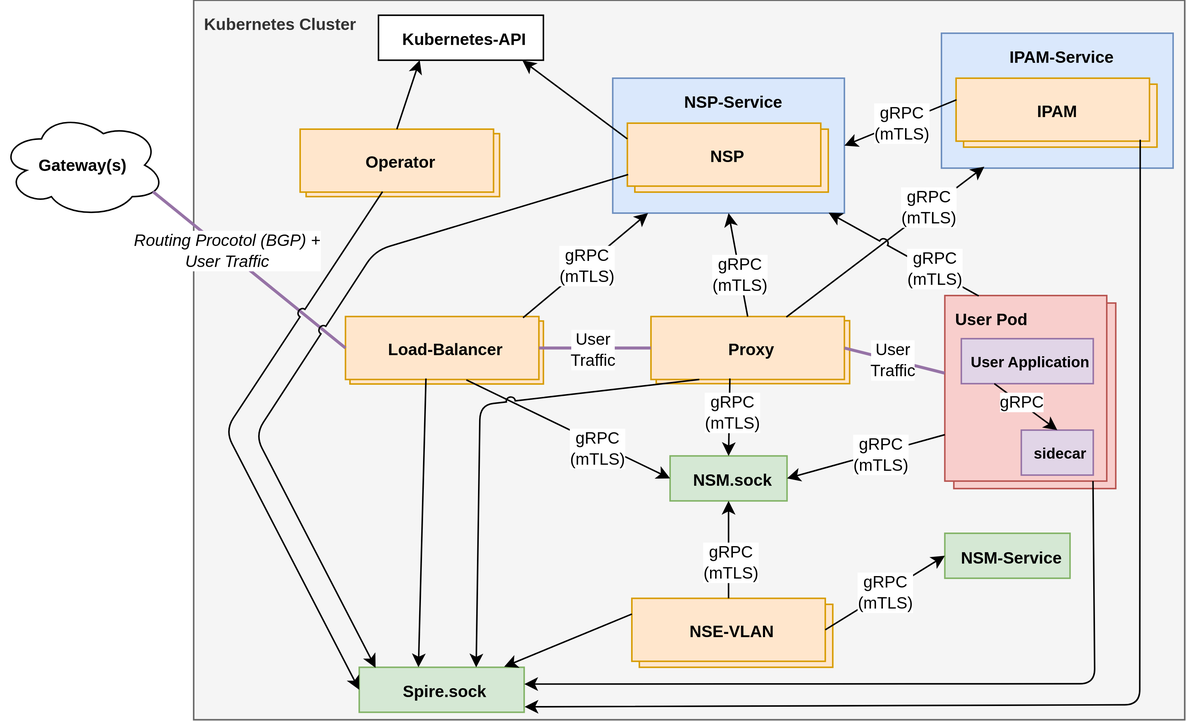
Above: docs/resources/Overview-Communication.svg in Nordix/Meridio (draw.io), before the change. Source tidied: cells renumbered, new cells last; positions are measured from the earlier drawing's top-left corner, leaving out a move shared by most shapes.
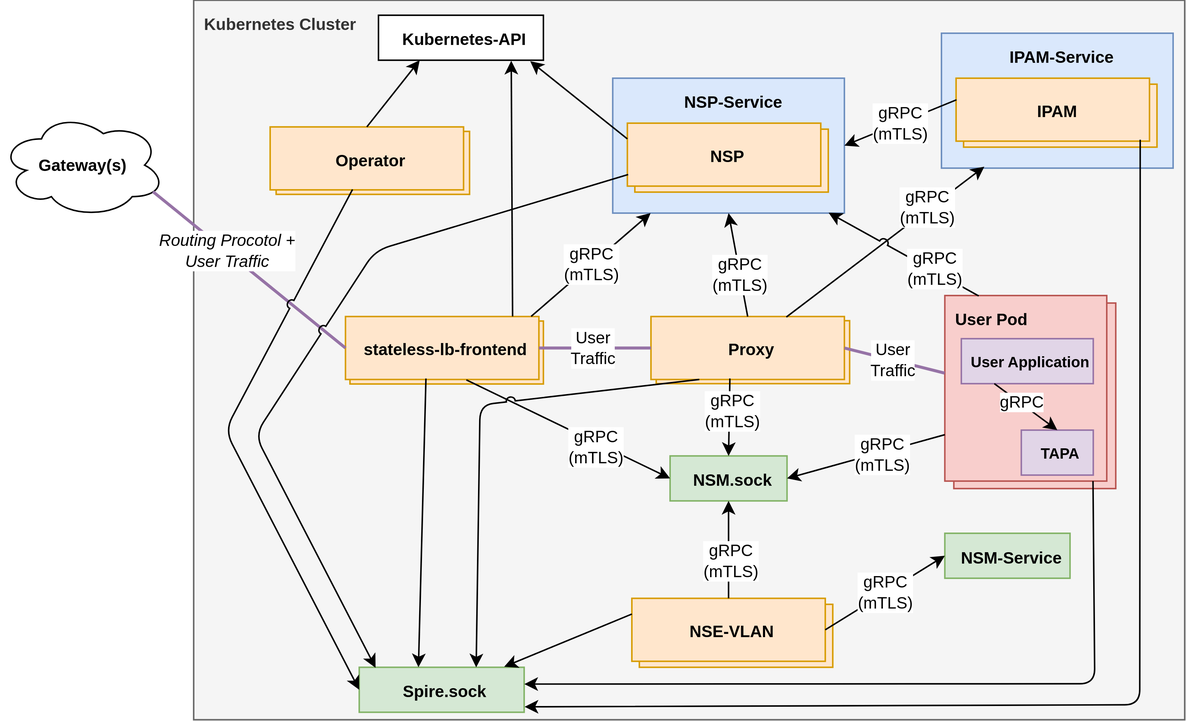
After the commit.

The edit, as a diff of the source:
```diff
@@ -12,7 +12,7 @@
       <mxGeometry x="426.2" y="403" width="129" height="42" as="geometry" />
     </mxCell>
     <mxCell id="5" value="&lt;font&gt;&lt;span style=&quot;font-size: 11px&quot;&gt;&lt;b&gt;Operator&lt;/b&gt;&lt;/span&gt;&lt;br&gt;&lt;/font&gt;" style="rounded=0;whiteSpace=wrap;html=1;labelBackgroundColor=none;fontSize=14;align=center;fillColor=#ffe6cc;strokeColor=#d79b00;verticalAlign=middle;spacingLeft=5;shadow=0;glass=0;sketch=0;fontColor=default;" parent="1" vertex="1">
-      <mxGeometry x="204" y="89" width="129" height="42" as="geometry" />
+      <mxGeometry x="184" y="87.5" width="129" height="42" as="geometry" />
     </mxCell>
     <mxCell id="6" value="&lt;font&gt;&lt;span style=&quot;font-size: 11px&quot;&gt;&lt;b&gt;Load-Balancer&lt;/b&gt;&lt;/span&gt;&lt;br&gt;&lt;/font&gt;" style="rounded=0;whiteSpace=wrap;html=1;labelBackgroundColor=none;fontSize=14;align=center;fillColor=#ffe6cc;strokeColor=#d79b00;verticalAlign=middle;spacingLeft=5;shadow=0;glass=0;sketch=0;fontColor=default;" parent="1" vertex="1">
       <mxGeometry x="233.2" y="214" width="129" height="42" as="geometry" />
@@ -23,7 +23,7 @@
     <mxCell id="8" value="&lt;font style=&quot;font-size: 11px&quot;&gt;&lt;b&gt;User Pod&lt;/b&gt;&lt;/font&gt;" style="rounded=0;whiteSpace=wrap;html=1;labelBackgroundColor=none;fontSize=14;align=left;fillColor=#f8cecc;strokeColor=#b85450;verticalAlign=top;spacingLeft=5;" parent="1" vertex="1">
       <mxGeometry x="630" y="197" width="108" height="123.8" as="geometry" />
     </mxCell>
-    <mxCell id="9" value="&lt;font&gt;&lt;span style=&quot;font-size: 11px&quot;&gt;&lt;b&gt;Load-Balancer&lt;/b&gt;&lt;/span&gt;&lt;br&gt;&lt;/font&gt;" style="rounded=0;whiteSpace=wrap;html=1;labelBackgroundColor=none;fontSize=14;align=center;fillColor=#ffe6cc;strokeColor=#d79b00;verticalAlign=middle;spacingLeft=5;shadow=0;glass=0;sketch=0;fontColor=default;" parent="1" vertex="1">
+    <mxCell id="9" value="&lt;font&gt;&lt;span style=&quot;font-size: 11px&quot;&gt;&lt;b&gt;stateless-lb-frontend&lt;/b&gt;&lt;/span&gt;&lt;br&gt;&lt;/font&gt;" style="rounded=0;whiteSpace=wrap;html=1;labelBackgroundColor=none;fontSize=14;align=center;fillColor=#ffe6cc;strokeColor=#d79b00;verticalAlign=middle;spacingLeft=5;shadow=0;glass=0;sketch=0;fontColor=default;" parent="1" vertex="1">
       <mxGeometry x="230.2" y="211" width="129" height="42" as="geometry" />
     </mxCell>
     <mxCell id="10" value="&lt;b style=&quot;font-size: 11px;&quot;&gt;Gateway(s)&lt;/b&gt;" style="ellipse;shape=cloud;whiteSpace=wrap;html=1;spacing=2;strokeWidth=1;fontSize=11;shadow=0;sketch=0;strokeColor=default;fillColor=default;gradientColor=none;" parent="1" vertex="1">
@@ -32,13 +32,13 @@
     <mxCell id="11" value="&lt;b&gt;User Application&lt;/b&gt;" style="rounded=0;whiteSpace=wrap;html=1;labelBackgroundColor=none;fontSize=10;align=center;spacingLeft=4;labelPosition=center;verticalLabelPosition=middle;verticalAlign=middle;fillColor=#e1d5e7;strokeColor=#9673a6;" parent="1" vertex="1">
       <mxGeometry x="641" y="225.8" width="88" height="30" as="geometry" />
     </mxCell>
-    <mxCell id="12" value="&lt;b&gt;sidecar&lt;/b&gt;" style="rounded=0;whiteSpace=wrap;html=1;labelBackgroundColor=none;fontSize=10;align=center;spacingLeft=4;labelPosition=center;verticalLabelPosition=middle;verticalAlign=middle;fillColor=#e1d5e7;strokeColor=#9673a6;" parent="1" vertex="1">
+    <mxCell id="12" value="&lt;b&gt;TAPA&lt;/b&gt;" style="rounded=0;whiteSpace=wrap;html=1;labelBackgroundColor=none;fontSize=10;align=center;spacingLeft=4;labelPosition=center;verticalLabelPosition=middle;verticalAlign=middle;fillColor=#e1d5e7;strokeColor=#9673a6;" parent="1" vertex="1">
       <mxGeometry x="681" y="286.8" width="48" height="30" as="geometry" />
     </mxCell>
     <mxCell id="13" style="endArrow=none;html=1;rounded=0;entryX=0;entryY=0.5;entryDx=0;entryDy=0;exitX=0.926;exitY=0.753;exitDx=0;exitDy=0;exitPerimeter=0;fillColor=#e1d5e7;strokeColor=#9673a6;strokeWidth=2;" parent="1" edge="1" source="10" target="9">
       <mxGeometry relative="1" as="geometry" />
     </mxCell>
-    <mxCell id="14" value="&lt;i&gt;Routing Procotol (BGP) +&lt;br&gt;User Traffic&lt;/i&gt;" style="edgeLabel;html=1;align=center;verticalAlign=middle;" parent="13" vertex="1">
+    <mxCell id="14" value="&lt;i&gt;Routing Procotol +&lt;br&gt;User Traffic&lt;/i&gt;" style="edgeLabel;html=1;align=center;verticalAlign=middle;" parent="13" vertex="1">
       <mxGeometry x="-0.09" y="-1" relative="1" as="geometry">
         <mxPoint x="-9" y="-9" as="offset" />
       </mxGeometry>
@@ -80,9 +80,9 @@
       <mxGeometry x="637.5" y="52" width="129" height="42" as="geometry" />
     </mxCell>
     <mxCell id="27" value="&lt;font&gt;&lt;span style=&quot;font-size: 11px&quot;&gt;&lt;b&gt;Operator&lt;/b&gt;&lt;/span&gt;&lt;br&gt;&lt;/font&gt;" style="rounded=0;whiteSpace=wrap;html=1;labelBackgroundColor=none;fontSize=14;align=center;fillColor=#ffe6cc;strokeColor=#d79b00;verticalAlign=middle;spacingLeft=5;shadow=0;glass=0;sketch=0;fontColor=default;" parent="1" vertex="1">
-      <mxGeometry x="200" y="86" width="129" height="42" as="geometry" />
+      <mxGeometry x="180" y="84.5" width="129" height="42" as="geometry" />
     </mxCell>
-    <mxCell id="28" style="endArrow=none;html=1;rounded=0;entryX=0;entryY=0.25;entryDx=0;entryDy=0;exitX=0.873;exitY=1.006;exitDx=0;exitDy=0;exitPerimeter=0;startArrow=classic;startFill=1;" parent="1" edge="1" source="16" target="23">
+    <mxCell id="28" style="endArrow=none;html=1;rounded=0;entryX=0;entryY=0.25;entryDx=0;entryDy=0;exitX=0.92;exitY=1.022;exitDx=0;exitDy=0;startArrow=classic;startFill=1;exitPerimeter=0;" parent="1" edge="1" source="16" target="23">
       <mxGeometry relative="1" as="geometry" />
     </mxCell>
     <mxCell id="29" style="endArrow=none;html=1;rounded=0;entryX=0.5;entryY=0;entryDx=0;entryDy=0;exitX=0.25;exitY=1;exitDx=0;exitDy=0;startArrow=classic;startFill=1;" parent="1" edge="1" source="16" target="27">
@@ -110,7 +110,7 @@
         <mxPoint x="12" y="-2" as="offset" />
       </mxGeometry>
     </mxCell>
-    <mxCell id="36" value="gRPC&lt;br&gt;(mTLS)" style="endArrow=none;html=1;rounded=0;jumpStyle=arc;entryX=0.918;entryY=0.019;entryDx=0;entryDy=0;entryPerimeter=0;startArrow=classic;startFill=1;" parent="1" edge="1" source="21" target="9">
+    <mxCell id="36" value="gRPC&lt;br&gt;(mTLS)" style="endArrow=none;html=1;rounded=0;jumpStyle=arc;entryX=0.96;entryY=-0.002;entryDx=0;entryDy=0;entryPerimeter=0;startArrow=classic;startFill=1;" parent="1" edge="1" source="21" target="9">
       <mxGeometry relative="1" as="geometry" />
     </mxCell>
     <mxCell id="37" style="endArrow=classic;html=1;rounded=0;entryX=0.879;entryY=-0.013;entryDx=0;entryDy=0;exitX=0;exitY=0.25;exitDx=0;exitDy=0;entryPerimeter=0;startArrow=none;startFill=0;endFill=1;" parent="1" edge="1" source="18" target="20">
@@ -209,5 +209,8 @@
     <mxCell id="59" value="gRPC" style="edgeLabel;html=1;align=center;verticalAlign=middle;" parent="58" vertex="1">
       <mxGeometry x="0.18" y="-1" relative="1" as="geometry" />
     </mxCell>
+    <mxCell id="60" style="endArrow=none;html=1;rounded=0;entryX=0.864;entryY=-0.002;entryDx=0;entryDy=0;exitX=0.805;exitY=1.013;exitDx=0;exitDy=0;startArrow=classic;startFill=1;exitPerimeter=0;entryPerimeter=0;" parent="1" edge="1" source="16" target="9">
+      <mxGeometry relative="1" as="geometry" />
+    </mxCell>
   </root>
 </mxGraphModel>
```
